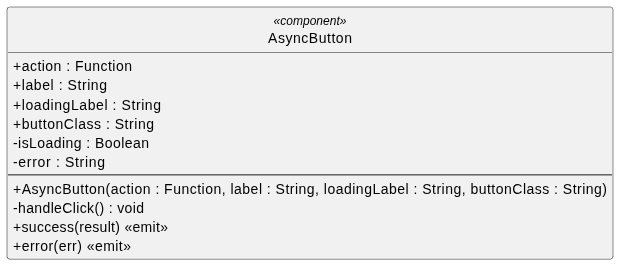
The PlantUML diagram src/PB/DocumentazioneEsterna/Specifica_Tecnica/content/05-diagrammi-classi/uml/png/frontend/componenti/asyncButton.png in GroupRubberDuck/Documentazione, before a commit. Its source is kept beside it as src/PB/DocumentazioneEsterna/Specifica_Tecnica/content/05-diagrammi-classi/uml/puml/Frontend/componenti_base/asyncButton.puml.
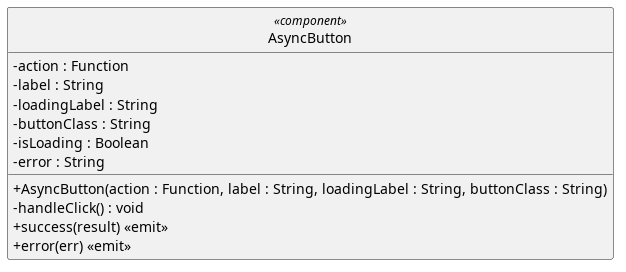
The same diagram one commit later.

What changed in the source:
```diff
@@ -7,13 +7,13 @@
 skinparam style strictuml
 
 class AsyncButton <<component>> {
-  + action : Function
-  + label : String
-  + loadingLabel : String
-  + buttonClass : String
+  - action : Function
+  - label : String
+  - loadingLabel : String
+  - buttonClass : String
   - isLoading : Boolean
   - error : String
-  --
+
   + AsyncButton(action : Function, label : String, loadingLabel : String, buttonClass : String)
   - handleClick() : void
   + success(result) <<emit>>
```
